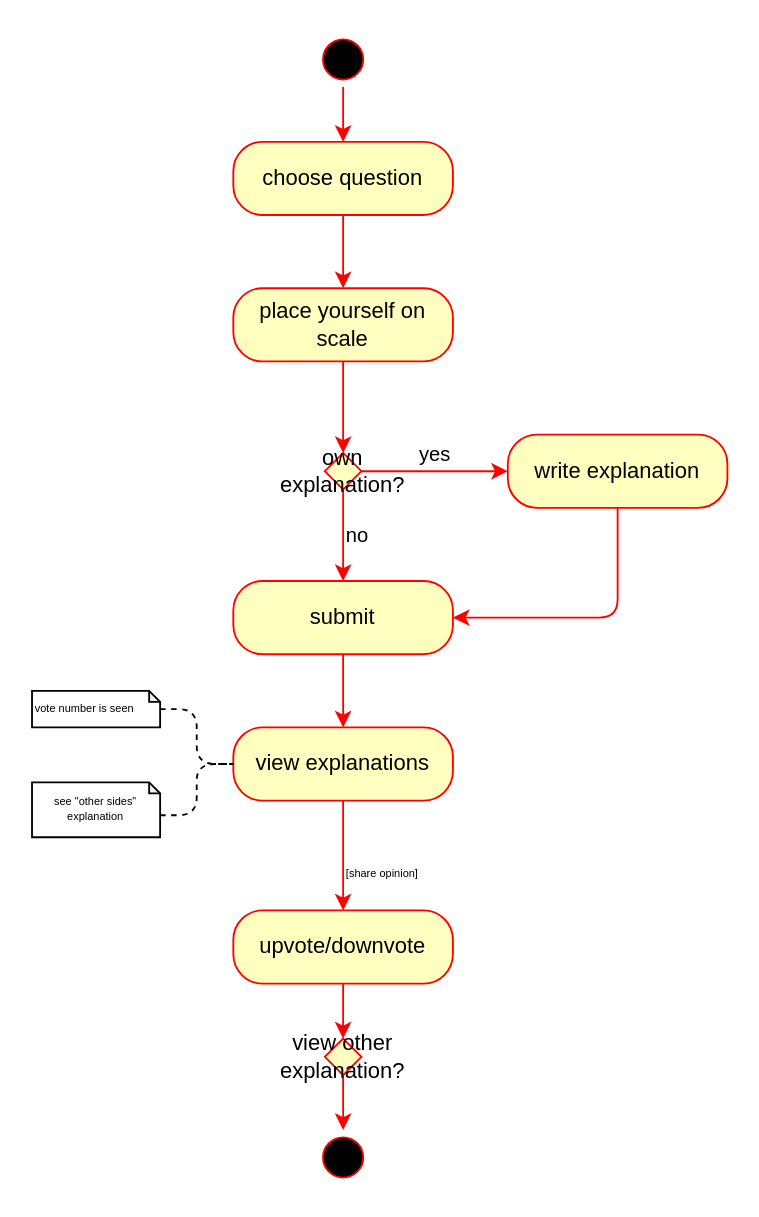
The draw.io diagram page "Basic Upvote/Downvote" (3 of 7) of diagrams/userflow.drawio in GabrielKP/vice-versa, before the edit. Source tidied: cells renumbered, new cells numbered last; positions are measured from the earlier drawing's top-left corner, leaving out a move shared by most shapes. Both pictures are drawn from the tidied source at 183%, with x=0, y=0 at pixel (31, 31).
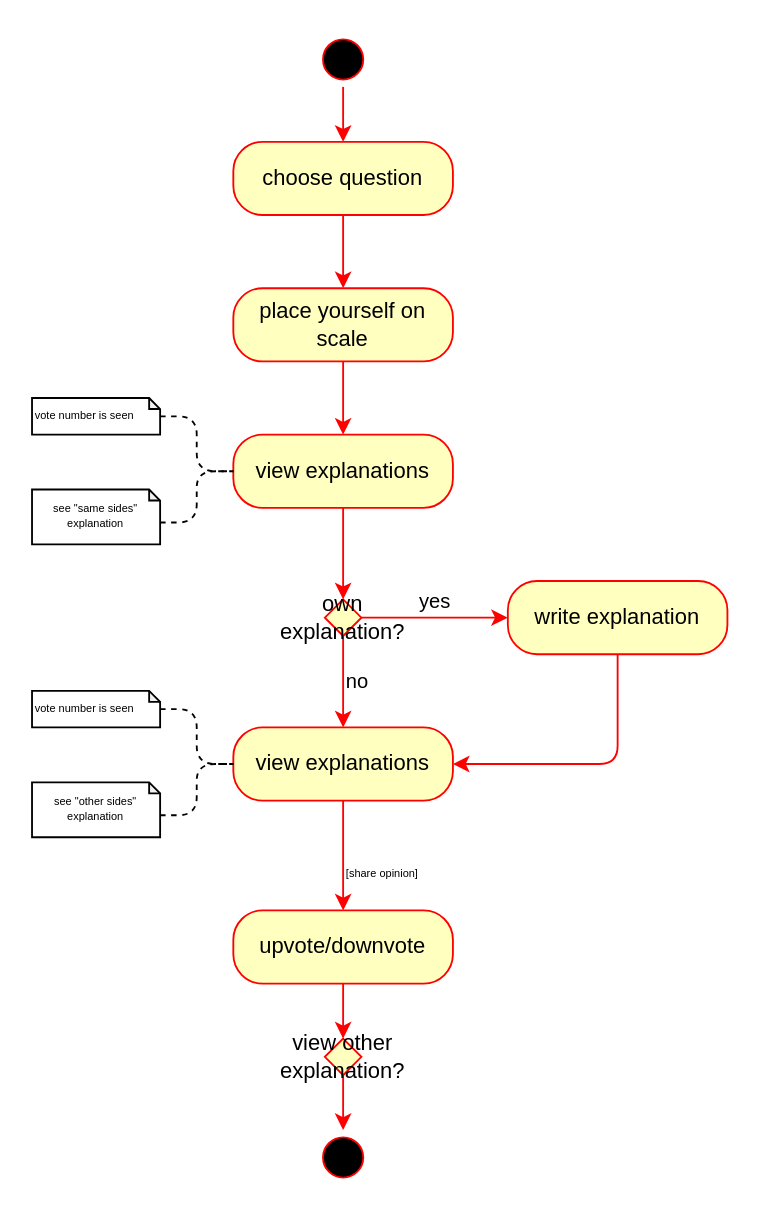
After the change.

Unchanged cells that the change refers to:
```xml
<mxCell id="8" value="place yourself on scale" style="rounded=1;whiteSpace=wrap;html=1;arcSize=40;fontColor=#000000;fillColor=#ffffc0;strokeColor=#ff0000;" parent="1" vertex="1">
  <mxGeometry x="110" y="140" width="120" height="40" as="geometry" />
</mxCell>
<mxCell id="14" value="view explanations" style="rounded=1;whiteSpace=wrap;html=1;arcSize=40;fontColor=#000000;fillColor=#ffffc0;strokeColor=#ff0000;" parent="1" vertex="1">
  <mxGeometry x="110" y="380" width="120" height="40" as="geometry" />
</mxCell>
```

What changed in the source:
```diff
@@
-    <mxCell id="5" style="edgeStyle=orthogonalEdgeStyle;rounded=1;jettySize=auto;html=1;strokeColor=#FF0000;fontSize=6;align=left;" parent="1" edge="1" source="6" target="14">
-      <mxGeometry relative="1" as="geometry" />
-    </mxCell>
-    <mxCell id="6" value="submit" style="rounded=1;whiteSpace=wrap;html=1;arcSize=40;fontColor=#000000;fillColor=#ffffc0;strokeColor=#ff0000;" parent="1" vertex="1">
-      <mxGeometry x="110" y="300" width="120" height="40" as="geometry" />
-    </mxCell>
-    <mxCell id="7" style="edgeStyle=orthogonalEdgeStyle;rounded=1;jettySize=auto;html=1;strokeColor=#FF0000;" parent="1" edge="1" source="8" target="11">
+    <mxCell id="7" style="edgeStyle=orthogonalEdgeStyle;rounded=1;jettySize=auto;html=1;strokeColor=#FF0000;entryX=0.5;entryY=0;entryDx=0;entryDy=0;" parent="1" edge="1" source="8" target="27">
       <mxGeometry relative="1" as="geometry" />
     </mxCell>
@@
-    <mxCell id="9" value="&lt;font style=&quot;font-size: 11px&quot;&gt;no&lt;/font&gt;" style="edgeStyle=orthogonalEdgeStyle;rounded=1;jettySize=auto;html=1;strokeColor=#FF0000;verticalAlign=middle;align=left;fontSize=6;" parent="1" edge="1" source="11" target="6">
+    <mxCell id="9" value="&lt;font style=&quot;font-size: 11px&quot;&gt;no&lt;/font&gt;" style="edgeStyle=orthogonalEdgeStyle;rounded=1;jettySize=auto;html=1;strokeColor=#FF0000;verticalAlign=middle;align=left;fontSize=6;entryX=0.5;entryY=0;entryDx=0;entryDy=0;" parent="1" edge="1" source="11" target="14">
       <mxGeometry relative="1" as="geometry" />
     </mxCell>
@@
     <mxCell id="11" value="own explanation?" style="rhombus;whiteSpace=wrap;html=1;fillColor=#ffffc0;strokeColor=#ff0000;" parent="1" vertex="1">
-      <mxGeometry x="160" y="230" width="20" height="20" as="geometry" />
+      <mxGeometry x="160" y="310" width="20" height="20" as="geometry" />
     </mxCell>
-    <mxCell id="12" style="edgeStyle=orthogonalEdgeStyle;rounded=1;jettySize=auto;html=1;entryX=1;entryY=0.5;entryDx=0;entryDy=0;strokeColor=#FF0000;exitX=0.5;exitY=1;exitDx=0;exitDy=0;" parent="1" edge="1" source="13" target="6">
+    <mxCell id="12" style="edgeStyle=orthogonalEdgeStyle;rounded=1;jettySize=auto;html=1;strokeColor=#FF0000;exitX=0.5;exitY=1;exitDx=0;exitDy=0;entryX=1;entryY=0.5;entryDx=0;entryDy=0;" parent="1" edge="1" source="13" target="14">
       <mxGeometry relative="1" as="geometry" />
     </mxCell>
     <mxCell id="13" value="write explanation" style="rounded=1;whiteSpace=wrap;html=1;arcSize=40;fontColor=#000000;fillColor=#ffffc0;strokeColor=#ff0000;" parent="1" vertex="1">
-      <mxGeometry x="260" y="220" width="120" height="40" as="geometry" />
+      <mxGeometry x="260" y="300" width="120" height="40" as="geometry" />
     </mxCell>
@@
+    <mxCell id="26" style="edgeStyle=orthogonalEdgeStyle;rounded=0;jettySize=auto;html=1;entryX=0.5;entryY=0;entryDx=0;entryDy=0;strokeColor=#FF0000;" parent="1" edge="1" source="27" target="11">
+      <mxGeometry relative="1" as="geometry" />
+    </mxCell>
+    <mxCell id="27" value="view explanations" style="rounded=1;whiteSpace=wrap;html=1;arcSize=40;fontColor=#000000;fillColor=#ffffc0;strokeColor=#ff0000;" parent="1" vertex="1">
+      <mxGeometry x="110" y="220" width="120" height="40" as="geometry" />
+    </mxCell>
+    <mxCell id="28" style="edgeStyle=orthogonalEdgeStyle;rounded=1;jettySize=auto;html=1;dashed=1;endArrow=none;endFill=0;strokeColor=#000000;fontSize=6;align=left;" parent="1" edge="1" source="29" target="27">
+      <mxGeometry relative="1" as="geometry" />
+    </mxCell>
+    <mxCell id="29" value="vote number is seen" style="shape=note;whiteSpace=wrap;html=1;backgroundOutline=1;darkOpacity=0.05;fillColor=none;gradientColor=none;fontSize=6;align=left;size=6;" parent="1" vertex="1">
+      <mxGeometry y="200" width="70" height="20" as="geometry" />
+    </mxCell>
+    <mxCell id="30" value="see &quot;same sides&quot; explanation" style="shape=note;whiteSpace=wrap;html=1;backgroundOutline=1;darkOpacity=0.05;fillColor=none;gradientColor=none;fontSize=6;align=center;size=6;" parent="1" vertex="1">
+      <mxGeometry y="250" width="70" height="30" as="geometry" />
+    </mxCell>
+    <mxCell id="31" style="edgeStyle=orthogonalEdgeStyle;rounded=1;jettySize=auto;html=1;dashed=1;endArrow=none;endFill=0;strokeColor=#000000;fontSize=6;align=left;entryX=0;entryY=0.5;entryDx=0;entryDy=0;exitX=0;exitY=0;exitDx=70;exitDy=18;exitPerimeter=0;" parent="1" edge="1" source="30" target="27">
+      <mxGeometry relative="1" as="geometry" />
+    </mxCell>
```
